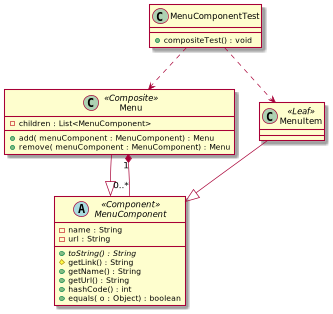
The PlantUML diagram src/main/java/com/rezahdrm/structural/composite/compositeUML.png in reza-hdrm/DesignPatterns, before a commit.
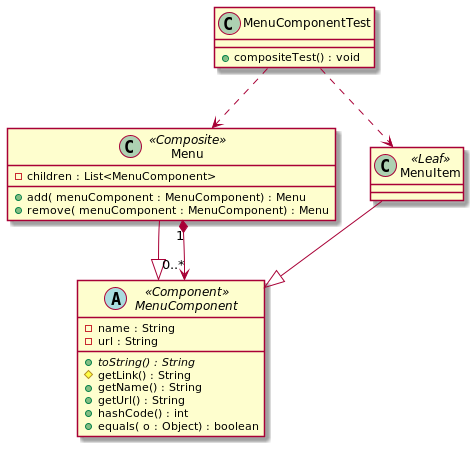
Above is the later version.

The edit, as a diff of the source:
```diff
@@ -24,7 +24,7 @@
 }
 
 Menu --|> MenuComponent
-Menu "1"*--"0..*" MenuComponent
+Menu "1"*-->"0..*" MenuComponent
 MenuItem --|> MenuComponent
 MenuComponentTest ..> Menu
 MenuComponentTest ..> MenuItem
```
